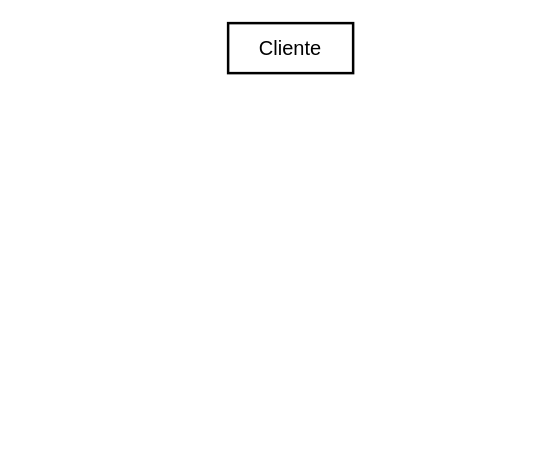
The draw.io diagram Diagramas/Dragrama Entidad-Relacion.drawio in Hazzard1912/domesticapp, before the edit. Source tidied: cells renumbered, new cells numbered last; positions are measured from the earlier drawing's top-left corner, leaving out a move shared by most shapes. Both pictures are drawn from the tidied source at 125%, with x=0, y=0 at pixel (228, 22).
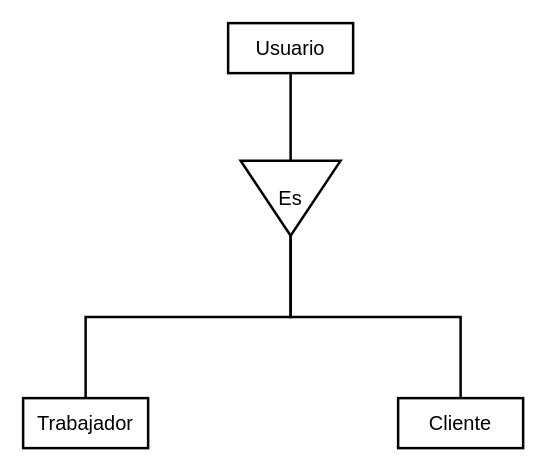
After the change.

Change to the diagram source:
```diff
@@
 <mxGraphModel>
   <root>
     <mxCell id="0" />
     <mxCell id="1" parent="0" />
-    <mxCell id="2" value="&lt;div&gt;Cliente&lt;/div&gt;" style="whiteSpace=wrap;html=1;align=center;strokeWidth=2;fontSize=16;" parent="1" vertex="1">
+    <mxCell id="2" value="Usuario" style="whiteSpace=wrap;html=1;align=center;strokeWidth=2;fontSize=16;" parent="1" vertex="1">
       <mxGeometry width="100" height="40" as="geometry" />
     </mxCell>
+    <mxCell id="3" value="Trabajador" style="whiteSpace=wrap;html=1;align=center;strokeWidth=2;fontSize=16;" parent="1" vertex="1">
+      <mxGeometry x="-164" y="300" width="100" height="40" as="geometry" />
+    </mxCell>
+    <mxCell id="4" value="Cliente" style="whiteSpace=wrap;html=1;align=center;strokeWidth=2;fontSize=16;" parent="1" vertex="1">
+      <mxGeometry x="136" y="300" width="100" height="40" as="geometry" />
+    </mxCell>
+    <mxCell id="5" style="edgeStyle=orthogonalEdgeStyle;rounded=0;jettySize=auto;html=1;exitX=0;exitY=0.5;exitDx=0;exitDy=0;entryX=0.5;entryY=1;entryDx=0;entryDy=0;strokeWidth=2;endArrow=none;endFill=0;" parent="1" edge="1" source="8" target="2">
+      <mxGeometry relative="1" as="geometry" />
+    </mxCell>
+    <mxCell id="6" style="edgeStyle=orthogonalEdgeStyle;rounded=0;jettySize=auto;html=1;exitX=1;exitY=0.5;exitDx=0;exitDy=0;entryX=0.5;entryY=0;entryDx=0;entryDy=0;endArrow=none;endFill=0;strokeWidth=2;" parent="1" edge="1" source="8" target="3">
+      <mxGeometry relative="1" as="geometry" />
+    </mxCell>
+    <mxCell id="7" style="edgeStyle=orthogonalEdgeStyle;rounded=0;jettySize=auto;html=1;exitX=1;exitY=0.5;exitDx=0;exitDy=0;entryX=0.5;entryY=0;entryDx=0;entryDy=0;strokeWidth=2;endArrow=none;endFill=0;" parent="1" edge="1" source="8" target="4">
+      <mxGeometry relative="1" as="geometry" />
+    </mxCell>
+    <mxCell id="8" value="Es" style="triangle;whiteSpace=wrap;html=1;strokeWidth=2;fontSize=16;rotation=90;horizontal=0;" parent="1" vertex="1">
+      <mxGeometry x="20" y="100" width="60" height="80" as="geometry" />
+    </mxCell>
   </root>
 </mxGraphModel>
```
